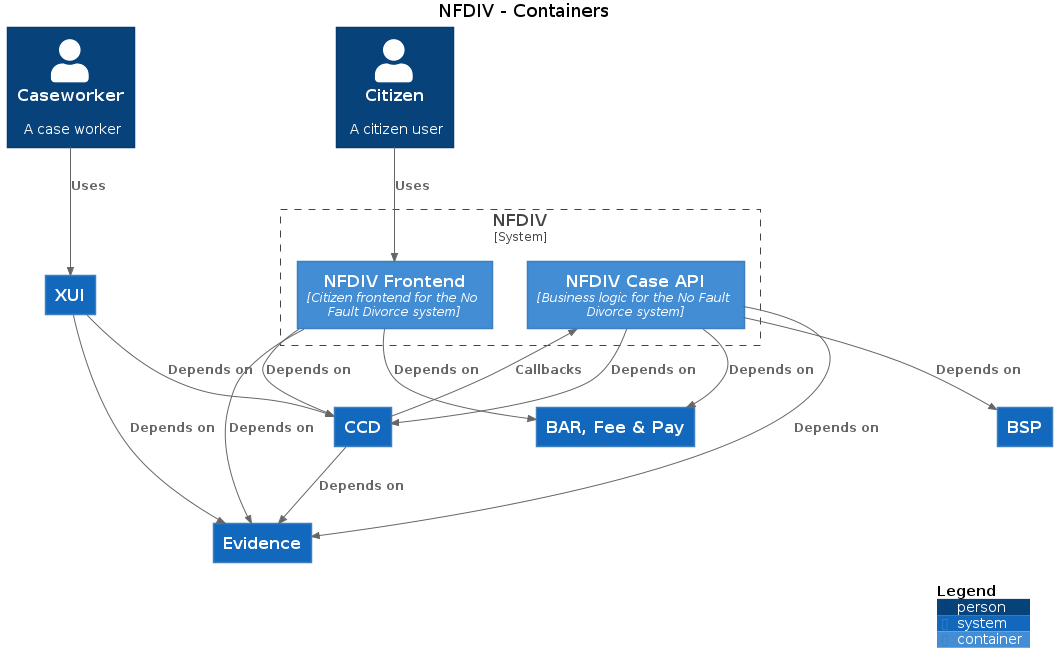
Before: docs/c4/nfdiv/images/structurizr-nfdiv-overview.png, a diagram exported from PlantUML (hmcts/cnp-api-docs).
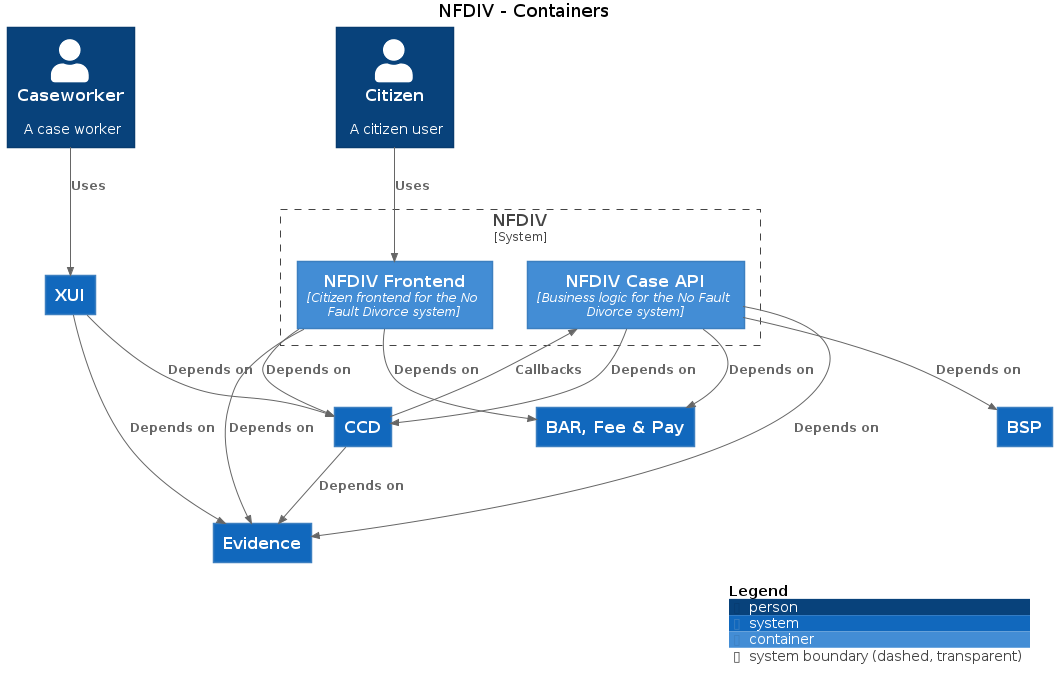
The same file after the commit.

Change to the diagram source:
```diff
@@ -12,8 +12,8 @@
 System(CCD, "CCD", "")
 System(BARFeePay, "BAR, Fee & Pay", "")
 System(BSP, "BSP", "")
+Person(Citizen, "Citizen", "A citizen user")
 System(Evidence, "Evidence", "")
-Person(Citizen, "Citizen", "A citizen user")
 
 System_Boundary("NFDIV_boundary", "NFDIV") {
   Container(NFDIV.NFDIVFrontend, "NFDIV Frontend", "Citizen frontend for the No Fault Divorce system")
```
